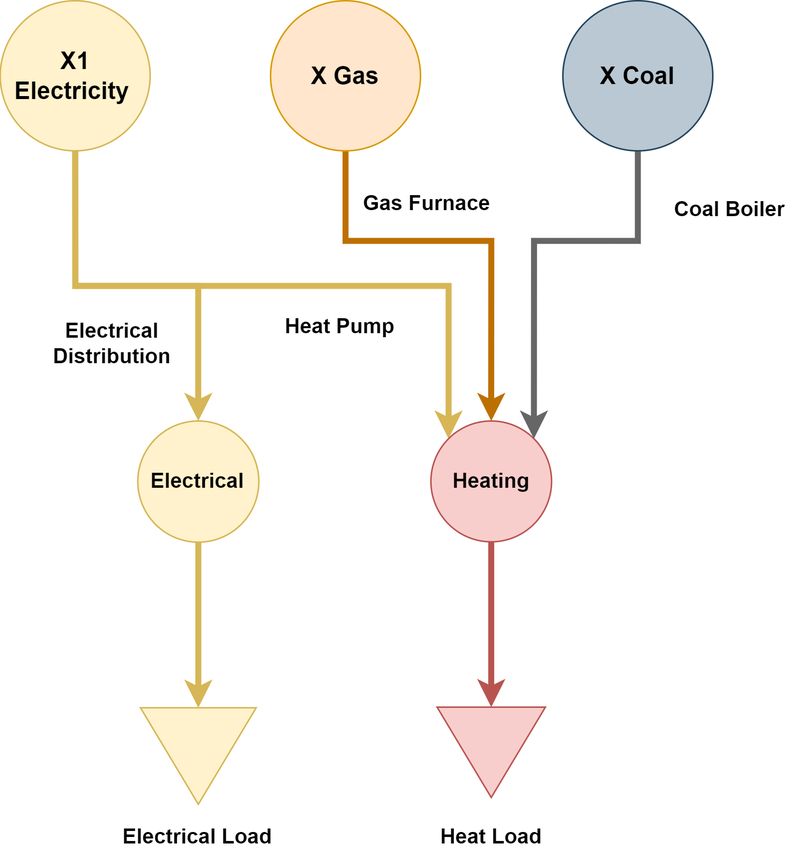
Before: docs/source/_static/industry/implementation.png, a diagram exported from draw.io (PyPSA/pypsa-usa). Source tidied: cells renumbered, new cells last; positions are measured from the earlier drawing's top-left corner, leaving out a move shared by most shapes. Source of this version:
```xml
<mxGraphModel>
  <root>
    <mxCell id="0" />
    <mxCell id="1" parent="0" />
    <mxCell id="2" style="triangle;whiteSpace=wrap;html=1;rotation=90;fillColor=#fff2cc;strokeColor=#d6b656;fontSize=14;" parent="1" vertex="1">
      <mxGeometry x="99.7" y="464.6" width="64.3" height="77.2" as="geometry" />
    </mxCell>
    <mxCell id="3" value="Electrical Load" style="text;html=1;align=center;verticalAlign=middle;whiteSpace=wrap;rounded=0;fontStyle=1;fontSize=14;" parent="1" vertex="1">
      <mxGeometry x="75.3" y="541.8" width="113" height="30" as="geometry" />
    </mxCell>
    <mxCell id="4" style="edgeStyle=orthogonalEdgeStyle;rounded=0;jettySize=auto;html=1;exitX=0.5;exitY=1;exitDx=0;exitDy=0;entryX=0;entryY=0.5;entryDx=0;entryDy=0;fillColor=#fff2cc;strokeColor=#d6b656;strokeWidth=4;fontSize=14;" parent="1" edge="1" source="5" target="2">
      <mxGeometry relative="1" as="geometry" />
    </mxCell>
    <mxCell id="5" value="Electrical" style="ellipse;whiteSpace=wrap;html=1;fillColor=#fff2cc;strokeColor=#d6b656;fontStyle=1;fontSize=14;" parent="1" vertex="1">
      <mxGeometry x="91.4" y="280" width="80.7" height="80.7" as="geometry" />
    </mxCell>
    <mxCell id="6" style="triangle;whiteSpace=wrap;html=1;rotation=90;fillColor=#f8cecc;strokeColor=#b85450;direction=east;fontSize=14;" parent="1" vertex="1">
      <mxGeometry x="297.1" y="464.6" width="60.2" height="72.2" as="geometry" />
    </mxCell>
    <mxCell id="7" style="edgeStyle=orthogonalEdgeStyle;rounded=0;jettySize=auto;html=1;exitX=0.5;exitY=1;exitDx=0;exitDy=0;entryX=0.5;entryY=0;entryDx=0;entryDy=0;fillColor=#fff2cc;strokeColor=#d6b656;strokeWidth=4;" parent="1" edge="1" source="9" target="5">
      <mxGeometry relative="1" as="geometry" />
    </mxCell>
    <mxCell id="8" style="edgeStyle=orthogonalEdgeStyle;rounded=0;jettySize=auto;html=1;exitX=0.5;exitY=1;exitDx=0;exitDy=0;entryX=0;entryY=0;entryDx=0;entryDy=0;fillColor=#fff2cc;strokeColor=#d6b656;strokeWidth=4;" parent="1" edge="1" source="9" target="14">
      <mxGeometry relative="1" as="geometry" />
    </mxCell>
    <mxCell id="9" value="&lt;b style=&quot;font-size: 16px;&quot;&gt;X1&lt;br style=&quot;font-size: 16px;&quot;&gt;Electricity&amp;nbsp;&lt;br style=&quot;font-size: 16px;&quot;&gt;&lt;/b&gt;" style="ellipse;whiteSpace=wrap;html=1;fontSize=16;fillColor=#fff2cc;strokeColor=#d6b656;" parent="1" vertex="1">
      <mxGeometry x="-0.3" width="100" height="100" as="geometry" />
    </mxCell>
    <mxCell id="10" style="edgeStyle=orthogonalEdgeStyle;rounded=0;orthogonalLoop=1;jettySize=auto;html=1;exitX=0.5;exitY=1;exitDx=0;exitDy=0;fontSize=14;" parent="1" edge="1">
      <mxGeometry relative="1" as="geometry">
        <mxPoint x="204.5" y="330" as="sourcePoint" />
        <mxPoint x="204.5" y="330" as="targetPoint" />
      </mxGeometry>
    </mxCell>
    <mxCell id="11" value="Coal Boiler" style="text;html=1;align=center;verticalAlign=middle;whiteSpace=wrap;rounded=0;fontStyle=1;direction=east;fontSize=14;" parent="1" vertex="1">
      <mxGeometry x="443" y="124" width="87" height="30" as="geometry" />
    </mxCell>
    <mxCell id="12" value="Heat Load" style="text;html=1;align=center;verticalAlign=middle;whiteSpace=wrap;rounded=0;fontStyle=1;direction=east;fontSize=14;" parent="1" vertex="1">
      <mxGeometry x="269.7" y="541.8" width="115" height="30" as="geometry" />
    </mxCell>
    <mxCell id="13" style="edgeStyle=orthogonalEdgeStyle;rounded=0;jettySize=auto;html=1;exitX=0.5;exitY=1;exitDx=0;exitDy=0;entryX=0;entryY=0.5;entryDx=0;entryDy=0;fillColor=#f8cecc;strokeColor=#b85450;strokeWidth=4;fontSize=14;" parent="1" edge="1" source="14" target="6">
      <mxGeometry relative="1" as="geometry" />
    </mxCell>
    <mxCell id="14" value="Heating" style="ellipse;whiteSpace=wrap;html=1;fillColor=#f8cecc;strokeColor=#b85450;fontStyle=1;direction=east;fontSize=14;" parent="1" vertex="1">
      <mxGeometry x="287" y="280" width="80.5" height="80.5" as="geometry" />
    </mxCell>
    <mxCell id="15" style="edgeStyle=orthogonalEdgeStyle;rounded=0;jettySize=auto;html=1;exitX=0.5;exitY=1;exitDx=0;exitDy=0;entryX=0.5;entryY=0;entryDx=0;entryDy=0;fillColor=#f0a30a;strokeColor=#BD7000;strokeWidth=4;" parent="1" edge="1" source="16" target="14">
      <mxGeometry relative="1" as="geometry">
        <Array as="points">
          <mxPoint x="230" y="160" />
          <mxPoint x="327" y="160" />
        </Array>
      </mxGeometry>
    </mxCell>
    <mxCell id="16" value="&lt;b style=&quot;font-size: 16px;&quot;&gt;X Gas&lt;/b&gt;" style="ellipse;whiteSpace=wrap;html=1;fontSize=16;fillColor=#ffe6cc;strokeColor=#d79b00;" parent="1" vertex="1">
      <mxGeometry x="180" width="100" height="100" as="geometry" />
    </mxCell>
    <mxCell id="17" style="edgeStyle=orthogonalEdgeStyle;rounded=0;jettySize=auto;html=1;exitX=0.5;exitY=1;exitDx=0;exitDy=0;entryX=1;entryY=0;entryDx=0;entryDy=0;fillColor=#f5f5f5;strokeColor=#666666;strokeWidth=4;" parent="1" edge="1" source="18" target="14">
      <mxGeometry relative="1" as="geometry">
        <Array as="points">
          <mxPoint x="425" y="160" />
          <mxPoint x="356" y="160" />
        </Array>
      </mxGeometry>
    </mxCell>
    <mxCell id="18" value="&lt;b style=&quot;font-size: 16px;&quot;&gt;X Coal&lt;/b&gt;" style="ellipse;whiteSpace=wrap;html=1;fontSize=16;fillColor=#bac8d3;strokeColor=#23445d;" parent="1" vertex="1">
      <mxGeometry x="375" width="100" height="100" as="geometry" />
    </mxCell>
    <mxCell id="19" value="Electrical Distribution" style="text;html=1;align=center;verticalAlign=middle;whiteSpace=wrap;rounded=0;fontStyle=1;direction=east;fontSize=14;" parent="1" vertex="1">
      <mxGeometry x="31" y="213" width="87" height="30" as="geometry" />
    </mxCell>
    <mxCell id="20" value="Heat Pump" style="text;html=1;align=center;verticalAlign=middle;whiteSpace=wrap;rounded=0;fontStyle=1;direction=east;fontSize=14;" parent="1" vertex="1">
      <mxGeometry x="182.7" y="202" width="87" height="30" as="geometry" />
    </mxCell>
    <mxCell id="21" value="Gas Furnace" style="text;html=1;align=center;verticalAlign=middle;whiteSpace=wrap;rounded=0;fontStyle=1;direction=east;fontSize=14;" parent="1" vertex="1">
      <mxGeometry x="241" y="120" width="87" height="30" as="geometry" />
    </mxCell>
  </root>
</mxGraphModel>
```
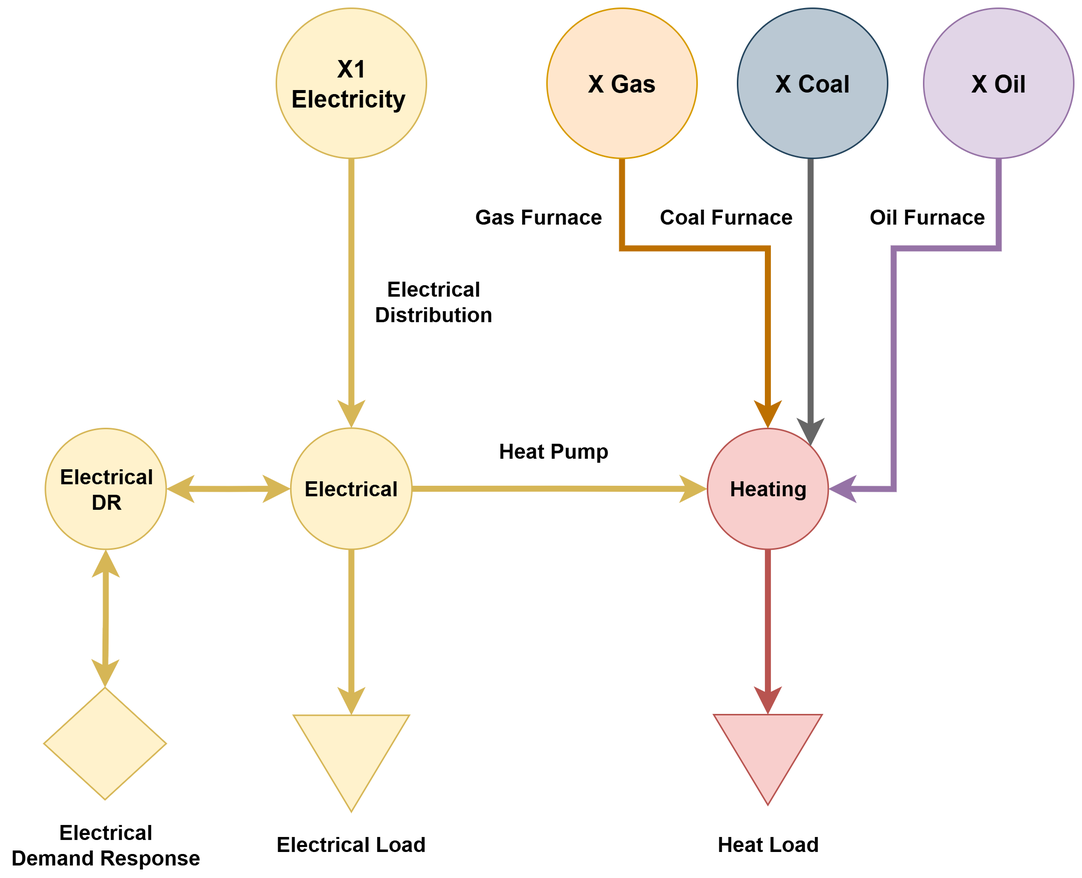
Above is the later version.

What changed in the source:
```diff
@@ -3,24 +3,24 @@
     <mxCell id="0" />
     <mxCell id="1" parent="0" />
     <mxCell id="2" style="triangle;whiteSpace=wrap;html=1;rotation=90;fillColor=#fff2cc;strokeColor=#d6b656;fontSize=14;" parent="1" vertex="1">
-      <mxGeometry x="99.7" y="464.6" width="64.3" height="77.2" as="geometry" />
+      <mxGeometry x="17.5" y="464.6" width="64.3" height="77.2" as="geometry" />
     </mxCell>
     <mxCell id="3" value="Electrical Load" style="text;html=1;align=center;verticalAlign=middle;whiteSpace=wrap;rounded=0;fontStyle=1;fontSize=14;" parent="1" vertex="1">
-      <mxGeometry x="75.3" y="541.8" width="113" height="30" as="geometry" />
+      <mxGeometry x="-6.8" y="541.8" width="113" height="30" as="geometry" />
     </mxCell>
-    <mxCell id="4" style="edgeStyle=orthogonalEdgeStyle;rounded=0;jettySize=auto;html=1;exitX=0.5;exitY=1;exitDx=0;exitDy=0;entryX=0;entryY=0.5;entryDx=0;entryDy=0;fillColor=#fff2cc;strokeColor=#d6b656;strokeWidth=4;fontSize=14;" parent="1" edge="1" source="5" target="2">
+    <mxCell id="4" style="edgeStyle=orthogonalEdgeStyle;rounded=0;jettySize=auto;html=1;exitX=0.5;exitY=1;exitDx=0;exitDy=0;entryX=0;entryY=0.5;entryDx=0;entryDy=0;fillColor=#fff2cc;strokeColor=#d6b656;strokeWidth=4;fontSize=14;" parent="1" edge="1" source="6" target="2">
       <mxGeometry relative="1" as="geometry" />
     </mxCell>
-    <mxCell id="5" value="Electrical" style="ellipse;whiteSpace=wrap;html=1;fillColor=#fff2cc;strokeColor=#d6b656;fontStyle=1;fontSize=14;" parent="1" vertex="1">
-      <mxGeometry x="91.4" y="280" width="80.7" height="80.7" as="geometry" />
+    <mxCell id="5" style="edgeStyle=orthogonalEdgeStyle;rounded=0;jettySize=auto;html=1;exitX=1;exitY=0.5;exitDx=0;exitDy=0;entryX=0;entryY=0.5;entryDx=0;entryDy=0;fillColor=#fff2cc;strokeColor=#d6b656;strokeWidth=4;" parent="1" edge="1" source="6" target="14">
+      <mxGeometry relative="1" as="geometry" />
     </mxCell>
-    <mxCell id="6" style="triangle;whiteSpace=wrap;html=1;rotation=90;fillColor=#f8cecc;strokeColor=#b85450;direction=east;fontSize=14;" parent="1" vertex="1">
-      <mxGeometry x="297.1" y="464.6" width="60.2" height="72.2" as="geometry" />
+    <mxCell id="6" value="Electrical" style="ellipse;whiteSpace=wrap;html=1;fillColor=#fff2cc;strokeColor=#d6b656;fontStyle=1;fontSize=14;" parent="1" vertex="1">
+      <mxGeometry x="9.3" y="279.8" width="80.7" height="80.7" as="geometry" />
     </mxCell>
-    <mxCell id="7" style="edgeStyle=orthogonalEdgeStyle;rounded=0;jettySize=auto;html=1;exitX=0.5;exitY=1;exitDx=0;exitDy=0;entryX=0.5;entryY=0;entryDx=0;entryDy=0;fillColor=#fff2cc;strokeColor=#d6b656;strokeWidth=4;" parent="1" edge="1" source="9" target="5">
-      <mxGeometry relative="1" as="geometry" />
+    <mxCell id="7" style="triangle;whiteSpace=wrap;html=1;rotation=90;fillColor=#f8cecc;strokeColor=#b85450;direction=east;fontSize=14;" parent="1" vertex="1">
+      <mxGeometry x="297.1" y="464.6" width="60.2" height="72.2" as="geometry" />
     </mxCell>
-    <mxCell id="8" style="edgeStyle=orthogonalEdgeStyle;rounded=0;jettySize=auto;html=1;exitX=0.5;exitY=1;exitDx=0;exitDy=0;entryX=0;entryY=0;entryDx=0;entryDy=0;fillColor=#fff2cc;strokeColor=#d6b656;strokeWidth=4;" parent="1" edge="1" source="9" target="14">
+    <mxCell id="8" style="edgeStyle=orthogonalEdgeStyle;rounded=0;jettySize=auto;html=1;exitX=0.5;exitY=1;exitDx=0;exitDy=0;entryX=0.5;entryY=0;entryDx=0;entryDy=0;fillColor=#fff2cc;strokeColor=#d6b656;strokeWidth=4;" parent="1" edge="1" source="9" target="6">
       <mxGeometry relative="1" as="geometry" />
     </mxCell>
     <mxCell id="9" value="&lt;b style=&quot;font-size: 16px;&quot;&gt;X1&lt;br style=&quot;font-size: 16px;&quot;&gt;Electricity&amp;nbsp;&lt;br style=&quot;font-size: 16px;&quot;&gt;&lt;/b&gt;" style="ellipse;whiteSpace=wrap;html=1;fontSize=16;fillColor=#fff2cc;strokeColor=#d6b656;" parent="1" vertex="1">
@@ -32,13 +32,13 @@
         <mxPoint x="204.5" y="330" as="targetPoint" />
       </mxGeometry>
     </mxCell>
-    <mxCell id="11" value="Coal Boiler" style="text;html=1;align=center;verticalAlign=middle;whiteSpace=wrap;rounded=0;fontStyle=1;direction=east;fontSize=14;" parent="1" vertex="1">
-      <mxGeometry x="443" y="124" width="87" height="30" as="geometry" />
+    <mxCell id="11" value="Coal Furnace" style="text;html=1;align=center;verticalAlign=middle;whiteSpace=wrap;rounded=0;fontStyle=1;direction=east;fontSize=14;" parent="1" vertex="1">
+      <mxGeometry x="251" y="124" width="97" height="30" as="geometry" />
     </mxCell>
     <mxCell id="12" value="Heat Load" style="text;html=1;align=center;verticalAlign=middle;whiteSpace=wrap;rounded=0;fontStyle=1;direction=east;fontSize=14;" parent="1" vertex="1">
       <mxGeometry x="269.7" y="541.8" width="115" height="30" as="geometry" />
     </mxCell>
-    <mxCell id="13" style="edgeStyle=orthogonalEdgeStyle;rounded=0;jettySize=auto;html=1;exitX=0.5;exitY=1;exitDx=0;exitDy=0;entryX=0;entryY=0.5;entryDx=0;entryDy=0;fillColor=#f8cecc;strokeColor=#b85450;strokeWidth=4;fontSize=14;" parent="1" edge="1" source="14" target="6">
+    <mxCell id="13" style="edgeStyle=orthogonalEdgeStyle;rounded=0;jettySize=auto;html=1;exitX=0.5;exitY=1;exitDx=0;exitDy=0;entryX=0;entryY=0.5;entryDx=0;entryDy=0;fillColor=#f8cecc;strokeColor=#b85450;strokeWidth=4;fontSize=14;" parent="1" edge="1" source="14" target="7">
       <mxGeometry relative="1" as="geometry" />
     </mxCell>
     <mxCell id="14" value="Heating" style="ellipse;whiteSpace=wrap;html=1;fillColor=#f8cecc;strokeColor=#b85450;fontStyle=1;direction=east;fontSize=14;" parent="1" vertex="1">
@@ -58,22 +58,51 @@
     <mxCell id="17" style="edgeStyle=orthogonalEdgeStyle;rounded=0;jettySize=auto;html=1;exitX=0.5;exitY=1;exitDx=0;exitDy=0;entryX=1;entryY=0;entryDx=0;entryDy=0;fillColor=#f5f5f5;strokeColor=#666666;strokeWidth=4;" parent="1" edge="1" source="18" target="14">
       <mxGeometry relative="1" as="geometry">
         <Array as="points">
-          <mxPoint x="425" y="160" />
-          <mxPoint x="356" y="160" />
+          <mxPoint x="356" y="100" />
         </Array>
       </mxGeometry>
     </mxCell>
     <mxCell id="18" value="&lt;b style=&quot;font-size: 16px;&quot;&gt;X Coal&lt;/b&gt;" style="ellipse;whiteSpace=wrap;html=1;fontSize=16;fillColor=#bac8d3;strokeColor=#23445d;" parent="1" vertex="1">
-      <mxGeometry x="375" width="100" height="100" as="geometry" />
+      <mxGeometry x="307" width="100" height="100" as="geometry" />
     </mxCell>
     <mxCell id="19" value="Electrical Distribution" style="text;html=1;align=center;verticalAlign=middle;whiteSpace=wrap;rounded=0;fontStyle=1;direction=east;fontSize=14;" parent="1" vertex="1">
-      <mxGeometry x="31" y="213" width="87" height="30" as="geometry" />
+      <mxGeometry x="61" y="180" width="87" height="30" as="geometry" />
     </mxCell>
     <mxCell id="20" value="Heat Pump" style="text;html=1;align=center;verticalAlign=middle;whiteSpace=wrap;rounded=0;fontStyle=1;direction=east;fontSize=14;" parent="1" vertex="1">
-      <mxGeometry x="182.7" y="202" width="87" height="30" as="geometry" />
+      <mxGeometry x="141" y="280" width="87" height="30" as="geometry" />
     </mxCell>
     <mxCell id="21" value="Gas Furnace" style="text;html=1;align=center;verticalAlign=middle;whiteSpace=wrap;rounded=0;fontStyle=1;direction=east;fontSize=14;" parent="1" vertex="1">
-      <mxGeometry x="241" y="120" width="87" height="30" as="geometry" />
+      <mxGeometry x="131" y="124" width="87" height="30" as="geometry" />
     </mxCell>
+    <mxCell id="22" style="edgeStyle=orthogonalEdgeStyle;rounded=0;jettySize=auto;html=1;exitX=0.5;exitY=1;exitDx=0;exitDy=0;entryX=1;entryY=0.5;entryDx=0;entryDy=0;fillColor=#e1d5e7;strokeColor=#9673a6;strokeWidth=4;" parent="1" edge="1" source="23" target="14">
+      <mxGeometry relative="1" as="geometry">
+        <Array as="points">
+          <mxPoint x="481" y="160" />
+          <mxPoint x="411" y="160" />
+          <mxPoint x="411" y="320" />
+        </Array>
+      </mxGeometry>
+    </mxCell>
+    <mxCell id="23" value="&lt;b style=&quot;font-size: 16px;&quot;&gt;X Oil&lt;/b&gt;" style="ellipse;whiteSpace=wrap;html=1;fontSize=16;fillColor=#e1d5e7;strokeColor=#9673a6;" parent="1" vertex="1">
+      <mxGeometry x="431" width="100" height="100" as="geometry" />
+    </mxCell>
+    <mxCell id="24" value="Oil Furnace" style="text;html=1;align=center;verticalAlign=middle;whiteSpace=wrap;rounded=0;fontStyle=1;direction=east;fontSize=14;" parent="1" vertex="1">
+      <mxGeometry x="389.7" y="124" width="87" height="30" as="geometry" />
+    </mxCell>
+    <mxCell id="25" style="rhombus;whiteSpace=wrap;html=1;fillColor=#fff2cc;strokeColor=#d6b656;fontSize=14;" parent="1" vertex="1">
+      <mxGeometry x="-155.2" y="452.6" width="81.5" height="74.8" as="geometry" />
+    </mxCell>
+    <mxCell id="26" value="Electrical&lt;br&gt;Demand Response" style="text;html=1;align=center;verticalAlign=middle;whiteSpace=wrap;rounded=0;fontStyle=1;direction=east;fontSize=14;" parent="1" vertex="1">
+      <mxGeometry x="-179" y="541.6" width="130" height="30" as="geometry" />
+    </mxCell>
+    <mxCell id="27" style="edgeStyle=orthogonalEdgeStyle;rounded=0;jettySize=auto;html=1;exitX=0.5;exitY=1;exitDx=0;exitDy=0;entryX=0.5;entryY=0;entryDx=0;entryDy=0;fillColor=#fff2cc;strokeColor=#d6b656;strokeWidth=4;fontSize=14;startArrow=classic;startFill=1;" parent="1" edge="1" source="29" target="25">
+      <mxGeometry relative="1" as="geometry" />
+    </mxCell>
+    <mxCell id="28" style="edgeStyle=orthogonalEdgeStyle;rounded=0;jettySize=auto;html=1;exitX=1;exitY=0.5;exitDx=0;exitDy=0;entryX=0;entryY=0.5;entryDx=0;entryDy=0;startArrow=classic;startFill=1;fillColor=#fff2cc;strokeColor=#d6b656;strokeWidth=4;" parent="1" edge="1" source="29" target="6">
+      <mxGeometry relative="1" as="geometry" />
+    </mxCell>
+    <mxCell id="29" value="Electrical DR" style="ellipse;whiteSpace=wrap;html=1;fillColor=#fff2cc;strokeColor=#d6b656;fontStyle=1;direction=east;fontSize=14;" parent="1" vertex="1">
+      <mxGeometry x="-154.2" y="280" width="80.5" height="80.5" as="geometry" />
+    </mxCell>
   </root>
 </mxGraphModel>
```
